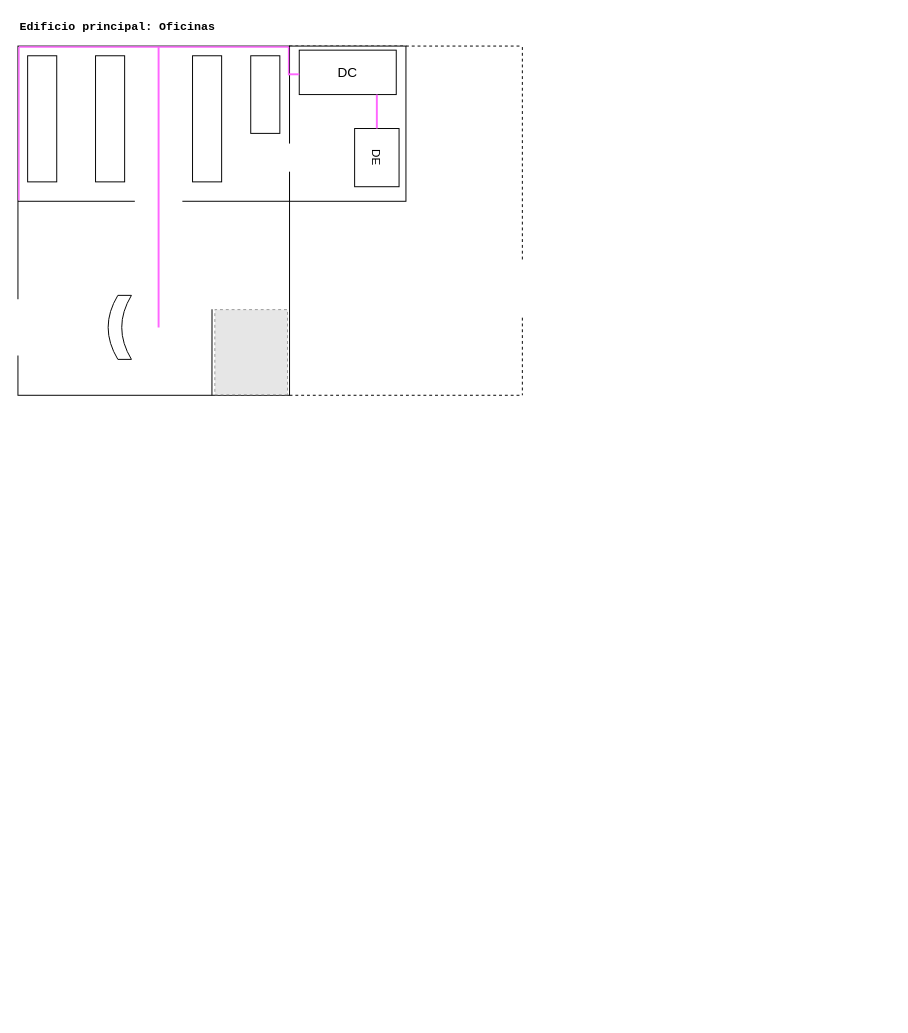
Before: SMRL_Detalle_Edificio_Principal.drawio in cnrxad/smrl-draw.io, a draw.io diagram. Source tidied: cells renumbered, new cells numbered last; positions are measured from the earlier drawing's top-left corner, leaving out a move shared by most shapes. Both pictures are drawn from the tidied source at 97%, with x=0, y=0 at pixel (8, 16). Pictures stored in the file or linked from it are replaced by grey dashed boxes.
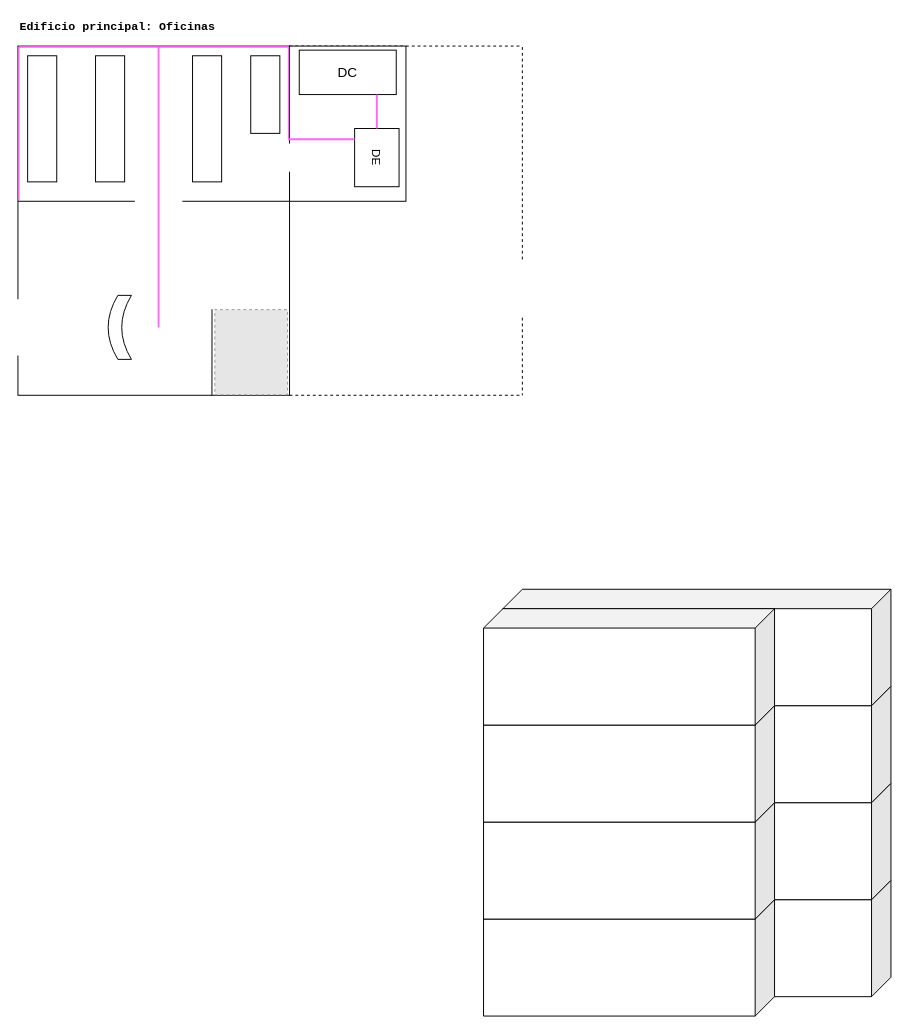
The same page after the edit.

Unchanged cells that the change refers to:
```xml
<mxCell id="7" style="rounded=0;whiteSpace=wrap;html=1;strokeColor=default;" parent="1" vertex="1">
  <mxGeometry x="290" y="30" width="120" height="160" as="geometry" />
</mxCell>
```

The edit, as a diff of the source:
```diff
@@
+    <mxCell id="29" style="shape=cube;whiteSpace=wrap;html=1;boundedLbl=1;backgroundOutline=1;darkOpacity=0.05;darkOpacity2=0.1;size=20;direction=east;flipV=0;flipH=1;" parent="1" vertex="1">
+      <mxGeometry x="510" y="890" width="400" height="120" as="geometry" />
+    </mxCell>
+    <mxCell id="30" style="shape=cube;whiteSpace=wrap;html=1;boundedLbl=1;backgroundOutline=1;darkOpacity=0.05;darkOpacity2=0.1;size=20;direction=east;flipV=0;flipH=1;" parent="1" vertex="1">
+      <mxGeometry x="510" y="790" width="400" height="120" as="geometry" />
+    </mxCell>
+    <mxCell id="31" style="shape=cube;whiteSpace=wrap;html=1;boundedLbl=1;backgroundOutline=1;darkOpacity=0.05;darkOpacity2=0.1;size=20;direction=east;flipV=0;flipH=1;" parent="1" vertex="1">
+      <mxGeometry x="510" y="690" width="400" height="120" as="geometry" />
+    </mxCell>
@@
-    <mxCell id="10" style="endArrow=none;html=1;rounded=0;strokeColor=light-dark(#FF66FF,#FF66FF);endSize=6;startSize=6;sourcePerimeterSpacing=0;strokeWidth=2;" parent="1" edge="1">
-      <mxGeometry relative="1" as="geometry">
-        <mxPoint x="289" y="59.1" as="sourcePoint" />
-        <mxPoint x="300" y="59.1" as="targetPoint" />
-      </mxGeometry>
-    </mxCell>
-    <mxCell id="11" style="endArrow=none;html=1;rounded=0;strokeColor=light-dark(#FF66FF,#FF66FF);entryX=-0.008;entryY=0.188;entryDx=0;entryDy=0;entryPerimeter=0;strokeWidth=1.5;" parent="1" edge="1" target="7">
+    <mxCell id="11" style="endArrow=none;html=1;rounded=0;strokeColor=light-dark(#FF66FF,#FF66FF);strokeWidth=1.5;" parent="1" edge="1">
       <mxGeometry relative="1" as="geometry">
         <mxPoint x="289" y="31" as="sourcePoint" />
+        <mxPoint x="289" y="127" as="targetPoint" />
       </mxGeometry>
     </mxCell>
@@
+    <mxCell id="32" style="endArrow=none;html=1;rounded=0;strokeColor=light-dark(#FF66FF,#FF66FF);endSize=6;startSize=6;sourcePerimeterSpacing=0;strokeWidth=2;" parent="1" edge="1">
+      <mxGeometry relative="1" as="geometry">
+        <mxPoint x="289" y="126.1" as="sourcePoint" />
+        <mxPoint x="357" y="126" as="targetPoint" />
+      </mxGeometry>
+    </mxCell>
+    <mxCell id="33" style="shape=cube;whiteSpace=wrap;html=1;boundedLbl=1;backgroundOutline=1;darkOpacity=0.05;darkOpacity2=0.1;size=20;direction=east;flipV=0;flipH=1;" parent="1" vertex="1">
+      <mxGeometry x="490" y="910" width="300" height="120" as="geometry" />
+    </mxCell>
+    <mxCell id="34" style="shape=cube;whiteSpace=wrap;html=1;boundedLbl=1;backgroundOutline=1;darkOpacity=0.05;darkOpacity2=0.1;size=20;direction=east;flipV=0;flipH=1;" parent="1" vertex="1">
+      <mxGeometry x="490" y="810" width="300" height="120" as="geometry" />
+    </mxCell>
+    <mxCell id="35" style="shape=cube;whiteSpace=wrap;html=1;boundedLbl=1;backgroundOutline=1;darkOpacity=0.05;darkOpacity2=0.1;size=20;direction=east;flipV=0;flipH=1;" parent="1" vertex="1">
+      <mxGeometry x="490" y="710" width="300" height="120" as="geometry" />
+    </mxCell>
+    <mxCell id="36" style="shape=cube;whiteSpace=wrap;html=1;boundedLbl=1;backgroundOutline=1;darkOpacity=0.05;darkOpacity2=0.1;size=20;direction=east;flipV=0;flipH=1;" parent="1" vertex="1">
+      <mxGeometry x="510" y="590" width="400" height="120" as="geometry" />
+    </mxCell>
+    <mxCell id="37" style="shape=cube;whiteSpace=wrap;html=1;boundedLbl=1;backgroundOutline=1;darkOpacity=0.05;darkOpacity2=0.1;size=20;direction=east;flipV=0;flipH=1;" parent="1" vertex="1">
+      <mxGeometry x="490" y="610" width="300" height="120" as="geometry" />
+    </mxCell>
```
